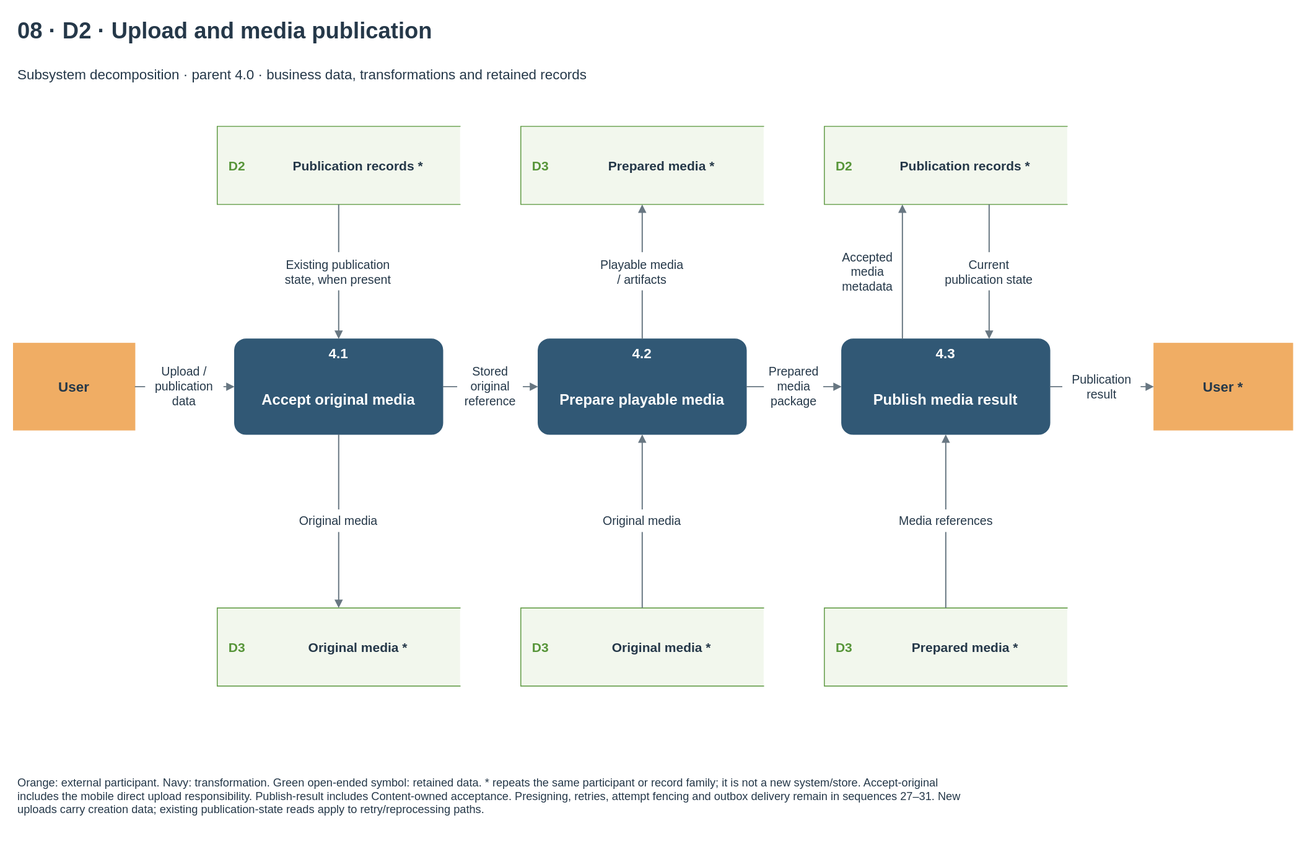
Above: docs/diagrams/velora-current/importable-svg/08-dfd-media.drawio.svg in HieuCuteDangYeu/velora-backend (draw.io), before the change. Source tidied: cells renumbered, new cells last; positions are measured from the earlier drawing's top-left corner, leaving out a move shared by most shapes.
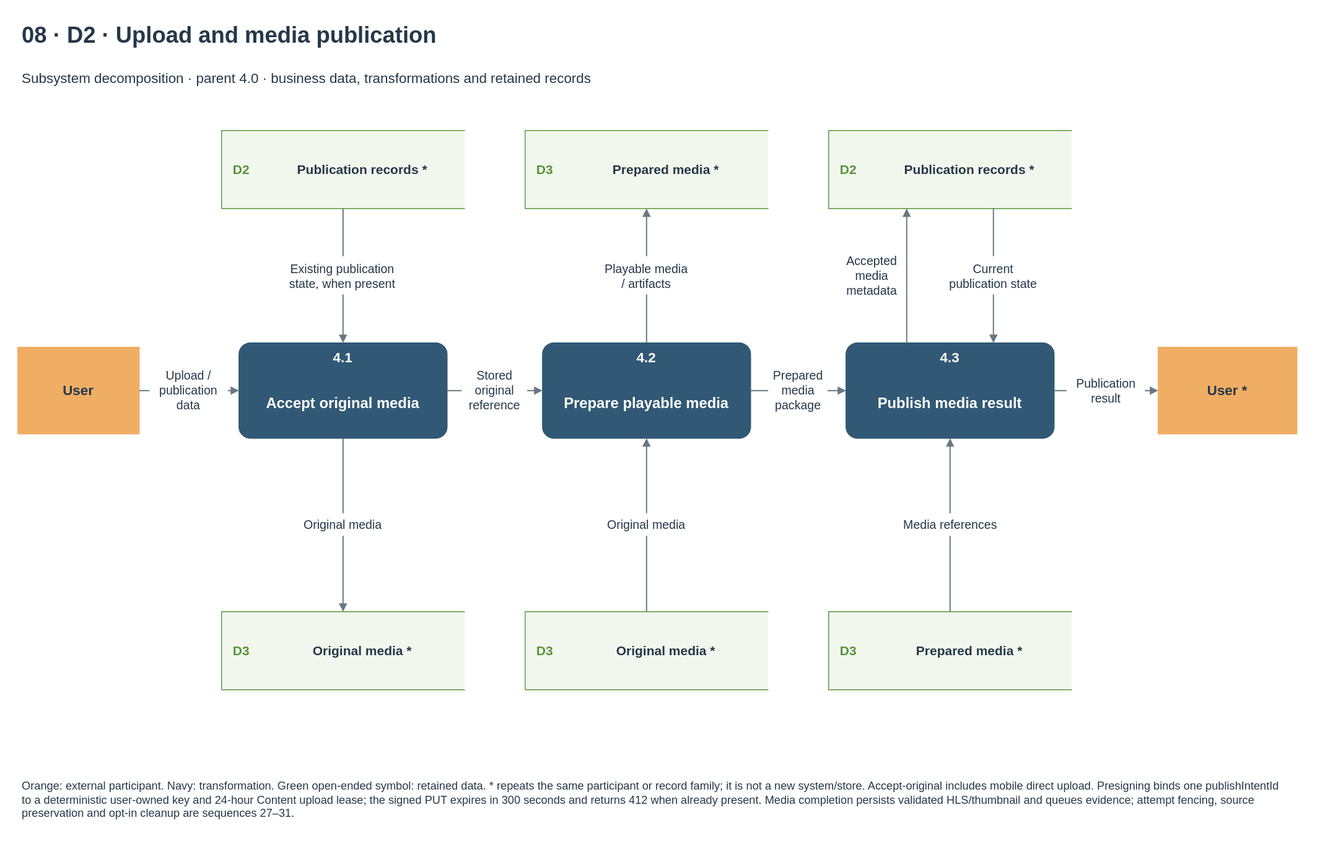
After the commit.

Change to the diagram source:
```diff
@@ -200,7 +200,7 @@
     <mxCell id="67" value="Media references" style="text;html=1;whiteSpace=wrap;fontFamily=Arial;fontSize=14;fontColor=#253849;fontStyle=0;align=center;verticalAlign=middle;spacing=0;" parent="1" vertex="1">
       <mxGeometry x="1011.6" y="572" width="126.8" height="26" as="geometry" />
     </mxCell>
-    <mxCell id="68" value="Orange: external participant. Navy: transformation. Green open-ended symbol: retained data. * repeats the same participant or record family; it is not a new system/store. Accept-original&lt;br&gt;includes the mobile direct upload responsibility. Publish-result includes Content-owned acceptance. Presigning, retries, attempt fencing and outbox delivery remain in sequences 27–31. New&lt;br&gt;uploads carry creation data; existing publication-state reads apply to retry/reprocessing paths." style="text;html=1;whiteSpace=wrap;fontFamily=Arial;fontSize=13;fontColor=#253849;fontStyle=0;align=left;verticalAlign=middle;spacing=0;" parent="1" vertex="1">
+    <mxCell id="68" value="Orange: external participant. Navy: transformation. Green open-ended symbol: retained data. * repeats the same participant or record family; it is not a new system/store. Accept-original includes mobile direct upload. Presigning binds one publishIntentId to a deterministic user-owned key and 24-hour Content upload lease; the signed PUT expires in 300 seconds and returns 412 when already present. Media completion persists validated HLS/thumbnail and queues evidence; attempt fencing, source preservation and opt-in cleanup are sequences 27–31." style="text;html=1;whiteSpace=wrap;fontFamily=Arial;fontSize=13;fontColor=#253849;fontStyle=0;align=left;verticalAlign=middle;spacing=0;" parent="1" vertex="1">
       <mxGeometry x="5" y="865" width="1460" height="74" as="geometry" />
     </mxCell>
   </root>
```
